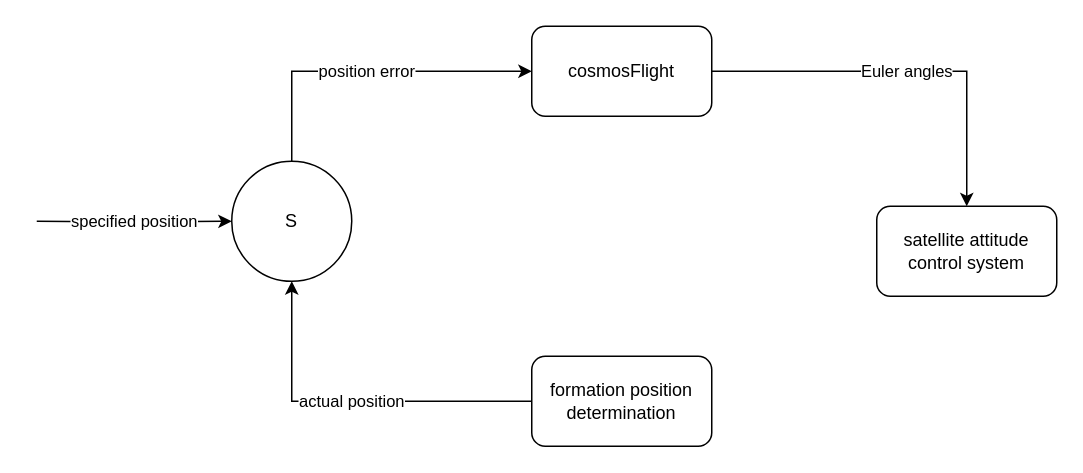
Above: cosmosFormationFlightAlgorithm.drawio in JanThoemel/drawIO (draw.io), before the change. Source tidied: cells renumbered, new cells numbered last; positions are measured from the earlier drawing's top-left corner, leaving out a move shared by most shapes. Both pictures are drawn from the tidied source at 150%, with x=0, y=0 at pixel (36, 26).
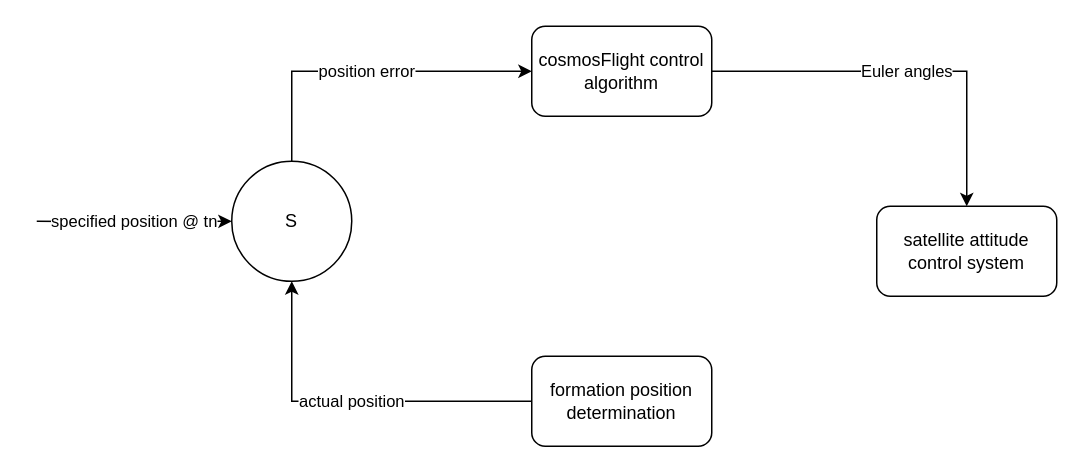
The same diagram, later.

Change to the diagram source:
```diff
@@
 <mxGraphModel>
   <root>
     <mxCell id="0" />
     <mxCell id="1" parent="0" />
     <mxCell id="2" value="&lt;font face=&quot;greekC&quot;&gt;S&lt;/font&gt;" style="ellipse;whiteSpace=wrap;html=1;" parent="1" vertex="1">
       <mxGeometry x="130" y="90" width="80" height="80" as="geometry" />
     </mxCell>
     <mxCell id="3" value="actual position" style="edgeStyle=orthogonalEdgeStyle;rounded=0;jettySize=auto;html=1;exitX=0;exitY=0.5;exitDx=0;exitDy=0;entryX=0.5;entryY=1;entryDx=0;entryDy=0;" parent="1" edge="1" source="4" target="2">
       <mxGeometry relative="1" as="geometry" />
     </mxCell>
     <mxCell id="4" value="formation position determination" style="rounded=1;whiteSpace=wrap;html=1;" parent="1" vertex="1">
       <mxGeometry x="330" y="220" width="120" height="60" as="geometry" />
     </mxCell>
-    <mxCell id="5" value="cosmosFlight" style="rounded=1;whiteSpace=wrap;html=1;" parent="1" vertex="1">
+    <mxCell id="5" value="cosmosFlight control algorithm" style="rounded=1;whiteSpace=wrap;html=1;" parent="1" vertex="1">
       <mxGeometry x="330" width="120" height="60" as="geometry" />
     </mxCell>
     <mxCell id="6" value="position error" style="edgeStyle=orthogonalEdgeStyle;rounded=0;jettySize=auto;html=1;exitX=0.5;exitY=0;exitDx=0;exitDy=0;entryX=0;entryY=0.5;entryDx=0;entryDy=0;" parent="1" edge="1" source="2" target="5">
       <mxGeometry relative="1" as="geometry" />
     </mxCell>
     <mxCell id="7" value="satellite attitude control system" style="rounded=1;whiteSpace=wrap;html=1;" parent="1" vertex="1">
       <mxGeometry x="560" y="120" width="120" height="60" as="geometry" />
     </mxCell>
     <mxCell id="8" value="Euler angles" style="edgeStyle=orthogonalEdgeStyle;rounded=0;jettySize=auto;html=1;exitX=1;exitY=0.5;exitDx=0;exitDy=0;entryX=0.5;entryY=0;entryDx=0;entryDy=0;" parent="1" edge="1" source="5" target="7">
       <mxGeometry relative="1" as="geometry" />
     </mxCell>
-    <mxCell id="9" value="specified position" style="edgeStyle=orthogonalEdgeStyle;rounded=0;jettySize=auto;html=1;entryX=0;entryY=0.5;entryDx=0;entryDy=0;" parent="1" edge="1" target="2">
+    <mxCell id="9" value="specified position @ tn" style="edgeStyle=orthogonalEdgeStyle;rounded=0;jettySize=auto;html=1;entryX=0;entryY=0.5;entryDx=0;entryDy=0;" parent="1" edge="1" target="2">
       <mxGeometry relative="1" as="geometry">
         <mxPoint y="130" as="sourcePoint" />
       </mxGeometry>
     </mxCell>
   </root>
 </mxGraphModel>
```
